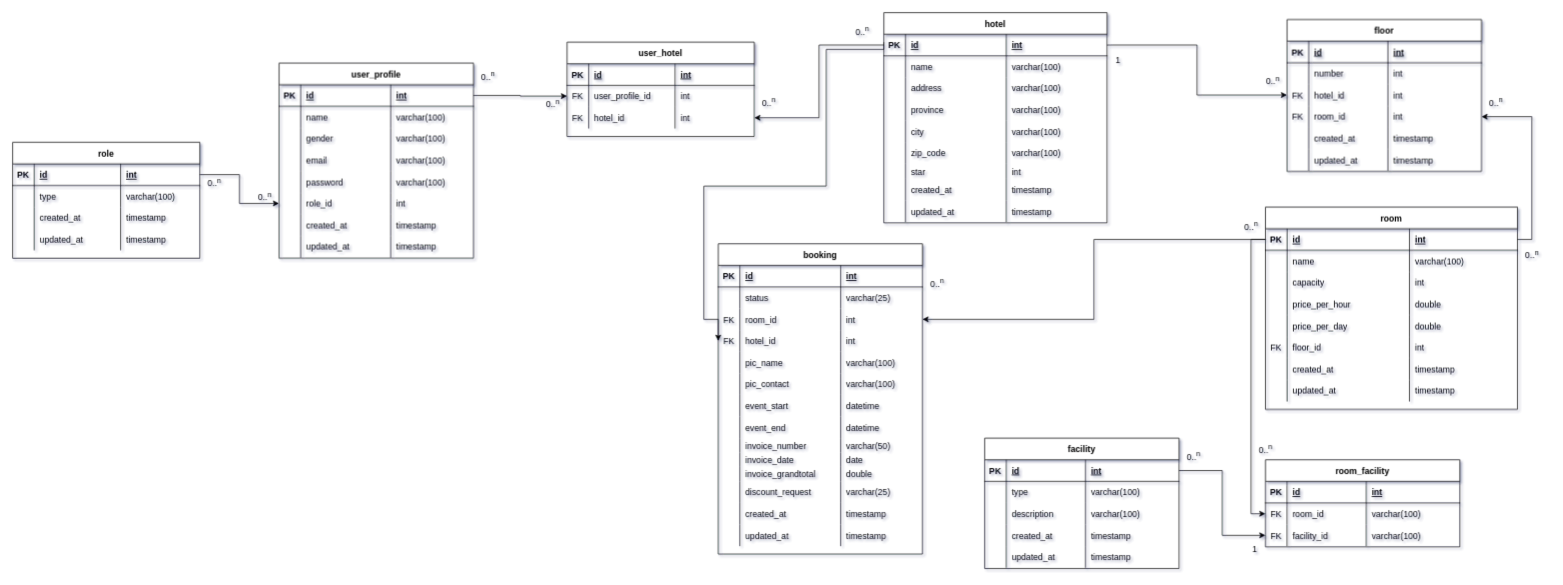
Earlier version of the draw.io diagram page "NEW ERD Master" (4 of 4) of entity_relationship_diagram/Booking_hotel.drawio (ariejanuarb/hotel_booking). Source tidied: cells renumbered, new cells numbered last; positions are measured from the earlier drawing's top-left corner, leaving out a move shared by most shapes. Both pictures are drawn from the tidied source at 72%, with x=0, y=0 at pixel (12, 12).
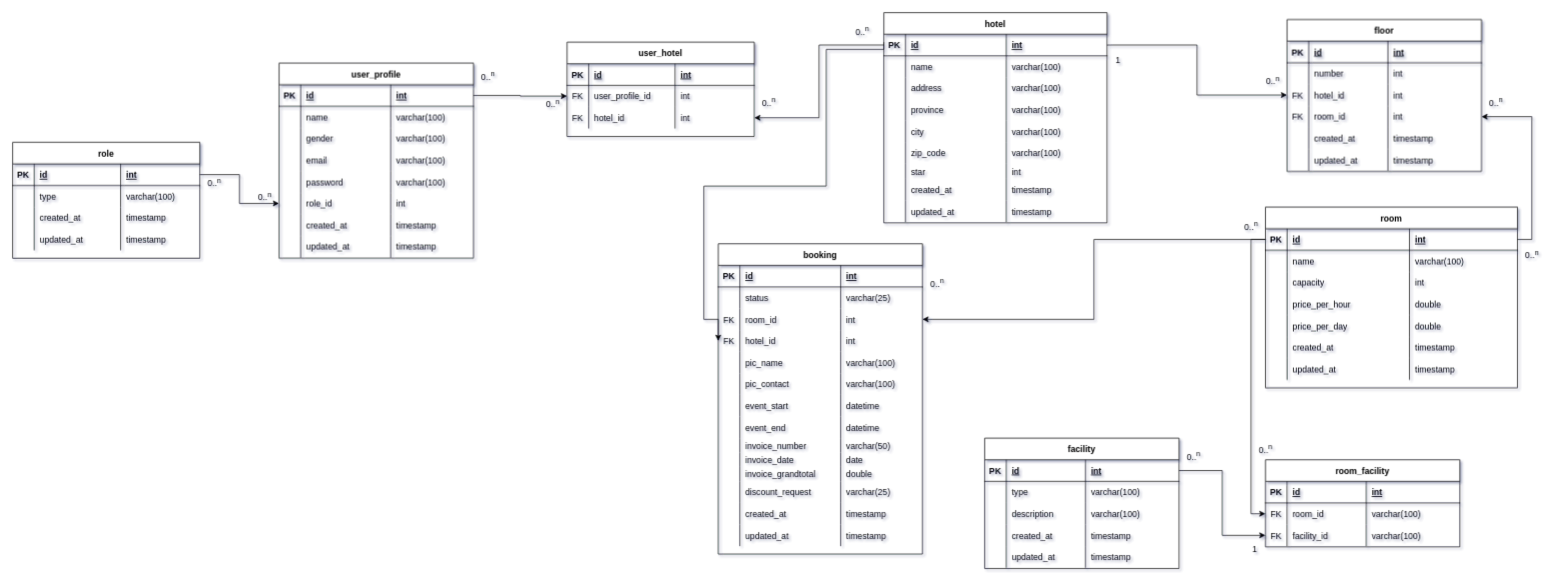
The same page after the edit.

The edit, as a diff of the source:
```diff
@@
     <mxCell id="77" value="room" style="shape=table;startSize=30;childLayout=tableLayout;rowLines=0;fontStyle=1;align=center;" parent="1" vertex="1">
-      <mxGeometry x="1740" y="270" width="350" height="281" as="geometry" />
+      <mxGeometry x="1740" y="270" width="350" height="251" as="geometry" />
     </mxCell>
@@
-    <mxCell id="98" style="shape=partialRectangle;fillColor=none;top=0;left=0;right=0;bottom=0;" parent="77" vertex="1">
-      <mxGeometry y="180" width="350" height="30" as="geometry" />
-    </mxCell>
-    <mxCell id="99" value="FK" style="shape=partialRectangle;overflow=hidden;fillColor=none;top=0;left=0;bottom=0;right=0;" parent="98" vertex="1">
-      <mxGeometry width="30" height="30" as="geometry" />
-    </mxCell>
-    <mxCell id="100" value="floor_id" style="shape=partialRectangle;overflow=hidden;fillColor=none;top=0;left=0;bottom=0;right=0;align=left;spacingLeft=6;" parent="98" vertex="1">
-      <mxGeometry x="30" width="170" height="30" as="geometry" />
-    </mxCell>
-    <mxCell id="101" value="int" style="shape=partialRectangle;overflow=hidden;fillColor=none;top=0;left=0;bottom=0;right=0;align=left;spacingLeft=6;" parent="98" vertex="1">
-      <mxGeometry x="200" width="150" height="30" as="geometry" />
-    </mxCell>
     <mxCell id="102" style="shape=partialRectangle;fillColor=none;top=0;left=0;right=0;bottom=0;" parent="77" vertex="1">
-      <mxGeometry y="210" width="350" height="30" as="geometry" />
+      <mxGeometry y="180" width="350" height="30" as="geometry" />
     </mxCell>
@@
     <mxCell id="106" style="shape=partialRectangle;fillColor=none;top=0;left=0;right=0;bottom=0;" parent="77" vertex="1">
-      <mxGeometry y="240" width="350" height="30" as="geometry" />
+      <mxGeometry y="210" width="350" height="30" as="geometry" />
     </mxCell>
```
